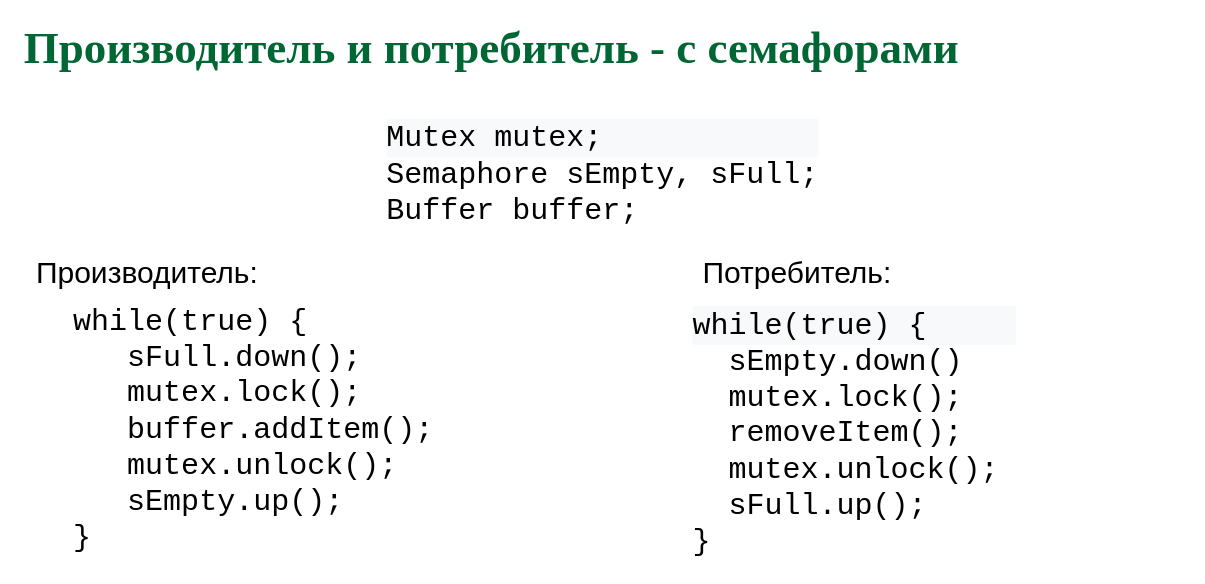
Above: page "Sema - use" (13 of 13) of slides/sync.drawio in 77maxikov/os_course (draw.io), before the change. Source tidied: cells renumbered, new cells numbered last; positions are measured from the earlier drawing's top-left corner, leaving out a move shared by most shapes. Both pictures are drawn from the tidied source at 125%, with x=0, y=0 at pixel (21, 35).
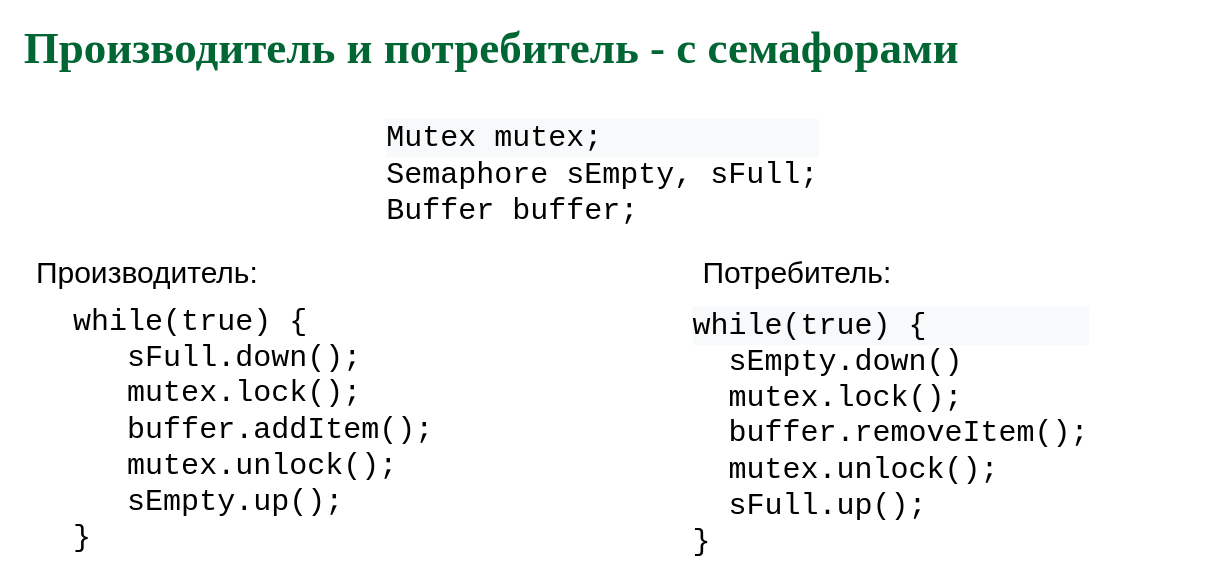
The same diagram, later.

Diff of the diagram source:
```diff
@@
 <mxGraphModel>
   <root>
     <mxCell id="0" />
     <mxCell id="1" parent="0" />
     <mxCell id="2" value="&lt;b style=&quot;color: rgb(0 , 102 , 51) ; font-family: &amp;#34;garamond&amp;#34; ; font-size: 36px&quot;&gt;Производитель и потребитель - с семафорами&lt;/b&gt;" style="text;html=1;align=left;verticalAlign=middle;whiteSpace=wrap;rounded=0;" parent="1" vertex="1">
       <mxGeometry width="920" height="20" as="geometry" />
     </mxCell>
     <mxCell id="3" value="&lt;div style=&quot;text-align: left ; font-size: 24px&quot;&gt;&lt;font style=&quot;font-size: 24px&quot;&gt;&lt;span style=&quot;font-family: &amp;#34;courier new&amp;#34;&quot;&gt;while(true) {&lt;/span&gt;&lt;span style=&quot;font-family: &amp;#34;courier new&amp;#34;&quot;&gt;&amp;nbsp;&amp;nbsp;&lt;/span&gt;&lt;/font&gt;&lt;/div&gt;&lt;font style=&quot;font-size: 24px&quot;&gt;&lt;font face=&quot;Courier New&quot; style=&quot;font-size: 24px&quot;&gt;&lt;div style=&quot;text-align: left&quot;&gt;&amp;nbsp; &amp;nbsp;sFull.down();&amp;nbsp;&amp;nbsp;&lt;br&gt;&lt;/div&gt;&lt;/font&gt;&lt;span style=&quot;font-family: &amp;#34;courier new&amp;#34;&quot;&gt;&lt;div style=&quot;text-align: left&quot;&gt;&lt;span&gt;&amp;nbsp; &amp;nbsp;mutex.lock();&lt;/span&gt;&lt;/div&gt;&lt;/span&gt;&lt;/font&gt;&lt;font face=&quot;Courier New&quot; style=&quot;font-size: 24px&quot;&gt;&lt;div style=&quot;text-align: left&quot;&gt;&lt;font style=&quot;font-size: 24px&quot;&gt;&amp;nbsp; &amp;nbsp;buffer.addItem();&lt;/font&gt;&lt;/div&gt;&lt;div style=&quot;text-align: left&quot;&gt;&lt;font style=&quot;font-size: 24px&quot;&gt;&amp;nbsp; &amp;nbsp;mutex.unlock();&amp;nbsp;&lt;br&gt;&lt;/font&gt;&lt;/div&gt;&lt;div style=&quot;text-align: left&quot;&gt;&lt;font style=&quot;font-size: 24px&quot;&gt;&amp;nbsp; &amp;nbsp;sEmpty.up();&lt;/font&gt;&lt;span&gt;&amp;nbsp; &amp;nbsp;&lt;/span&gt;&lt;/div&gt;&lt;div style=&quot;text-align: left&quot;&gt;&lt;font style=&quot;font-size: 24px&quot;&gt;}&lt;/font&gt;&lt;br&gt;&lt;/div&gt;&lt;/font&gt;" style="text;html=1;align=center;verticalAlign=middle;" parent="1" vertex="1">
       <mxGeometry x="35" y="260" width="300" height="110" as="geometry" />
     </mxCell>
     <mxCell id="4" value="&lt;div style=&quot;color: rgb(0 , 0 , 0) ; font-family: &amp;#34;helvetica&amp;#34; ; font-style: normal ; font-weight: 400 ; letter-spacing: normal ; text-indent: 0px ; text-transform: none ; word-spacing: 0px ; background-color: rgb(248 , 249 , 250) ; text-align: left ; font-size: 24px&quot;&gt;&lt;font face=&quot;Courier New&quot; style=&quot;font-size: 24px&quot;&gt;Mutex mutex;&lt;/font&gt;&lt;/div&gt;&lt;font face=&quot;Courier New&quot; style=&quot;color: rgb(0 , 0 , 0) ; font-style: normal ; font-weight: 400 ; letter-spacing: normal ; text-align: center ; text-indent: 0px ; text-transform: none ; word-spacing: 0px ; background-color: rgb(248 , 249 , 250) ; font-size: 24px&quot;&gt;&lt;div style=&quot;text-align: left&quot;&gt;&lt;font style=&quot;font-size: 24px&quot;&gt;Semaphore sEmpty, sFull;&lt;/font&gt;&lt;/div&gt;&lt;div style=&quot;text-align: left&quot;&gt;&lt;font style=&quot;font-size: 24px&quot;&gt;Buffer buffer;&lt;/font&gt;&lt;/div&gt;&lt;div style=&quot;text-align: left&quot;&gt;&lt;br&gt;&lt;/div&gt;&lt;/font&gt;" style="text;whiteSpace=wrap;html=1;" parent="1" vertex="1">
       <mxGeometry x="290" y="60" width="350" height="60" as="geometry" />
     </mxCell>
     <mxCell id="5" value="&lt;font style=&quot;font-size: 24px&quot;&gt;Производитель:&lt;/font&gt;" style="text;html=1;align=center;verticalAlign=middle;" parent="1" vertex="1">
       <mxGeometry x="5" y="180" width="190" height="20" as="geometry" />
     </mxCell>
     <mxCell id="6" value="&lt;font style=&quot;font-size: 24px&quot;&gt;Потребитель:&lt;/font&gt;" style="text;html=1;align=center;verticalAlign=middle;" parent="1" vertex="1">
       <mxGeometry x="535" y="180" width="170" height="20" as="geometry" />
     </mxCell>
-    <mxCell id="7" value="&lt;div style=&quot;color: rgb(0 , 0 , 0) ; font-style: normal ; font-weight: 400 ; letter-spacing: normal ; text-align: left ; text-indent: 0px ; text-transform: none ; word-spacing: 0px ; font-family: &amp;#34;helvetica&amp;#34; ; background-color: rgb(248 , 249 , 250) ; font-size: 24px&quot;&gt;&lt;font style=&quot;font-size: 24px&quot;&gt;&lt;span style=&quot;font-family: &amp;#34;courier new&amp;#34;&quot;&gt;while(true) {&lt;/span&gt;&lt;br&gt;&lt;/font&gt;&lt;/div&gt;&lt;font face=&quot;Courier New&quot; style=&quot;color: rgb(0 , 0 , 0) ; font-style: normal ; font-weight: 400 ; letter-spacing: normal ; text-indent: 0px ; text-transform: none ; word-spacing: 0px ; text-align: center ; background-color: rgb(248 , 249 , 250) ; font-size: 24px&quot;&gt;&lt;div style=&quot;text-align: left&quot;&gt;&amp;nbsp; sEmpty.down()&lt;/div&gt;&lt;div style=&quot;text-align: left&quot;&gt;&amp;nbsp; mutex.lock();&lt;/div&gt;&lt;div style=&quot;text-align: left&quot;&gt;&amp;nbsp; removeItem();&amp;nbsp;&amp;nbsp;&lt;/div&gt;&lt;div style=&quot;text-align: left&quot;&gt;&amp;nbsp; mutex.unlock();&amp;nbsp;&lt;/div&gt;&lt;div style=&quot;text-align: left&quot;&gt;&amp;nbsp; sFull.up();&lt;br&gt;&lt;/div&gt;&lt;div style=&quot;text-align: left&quot;&gt;}&lt;/div&gt;&lt;/font&gt;" style="text;whiteSpace=wrap;html=1;" parent="1" vertex="1">
-      <mxGeometry x="535" y="210" width="310" height="140" as="geometry" />
+    <mxCell id="7" value="&lt;div style=&quot;color: rgb(0 , 0 , 0) ; font-style: normal ; font-weight: 400 ; letter-spacing: normal ; text-align: left ; text-indent: 0px ; text-transform: none ; word-spacing: 0px ; font-family: &amp;#34;helvetica&amp;#34; ; background-color: rgb(248 , 249 , 250) ; font-size: 24px&quot;&gt;&lt;font style=&quot;font-size: 24px&quot;&gt;&lt;span style=&quot;font-family: &amp;#34;courier new&amp;#34;&quot;&gt;while(true) {&lt;/span&gt;&lt;br&gt;&lt;/font&gt;&lt;/div&gt;&lt;font face=&quot;Courier New&quot; style=&quot;color: rgb(0 , 0 , 0) ; font-style: normal ; font-weight: 400 ; letter-spacing: normal ; text-indent: 0px ; text-transform: none ; word-spacing: 0px ; text-align: center ; background-color: rgb(248 , 249 , 250) ; font-size: 24px&quot;&gt;&lt;div style=&quot;text-align: left&quot;&gt;&amp;nbsp; sEmpty.down()&lt;/div&gt;&lt;div style=&quot;text-align: left&quot;&gt;&amp;nbsp; mutex.lock();&lt;/div&gt;&lt;div style=&quot;text-align: left&quot;&gt;&amp;nbsp; buffer.removeItem();&lt;/div&gt;&lt;div style=&quot;text-align: left&quot;&gt;&amp;nbsp; mutex.unlock();&amp;nbsp;&lt;/div&gt;&lt;div style=&quot;text-align: left&quot;&gt;&amp;nbsp; sFull.up();&lt;br&gt;&lt;/div&gt;&lt;div style=&quot;text-align: left&quot;&gt;}&lt;/div&gt;&lt;/font&gt;" style="text;whiteSpace=wrap;html=1;" parent="1" vertex="1">
+      <mxGeometry x="535" y="210" width="395" height="140" as="geometry" />
     </mxCell>
   </root>
 </mxGraphModel>
```
